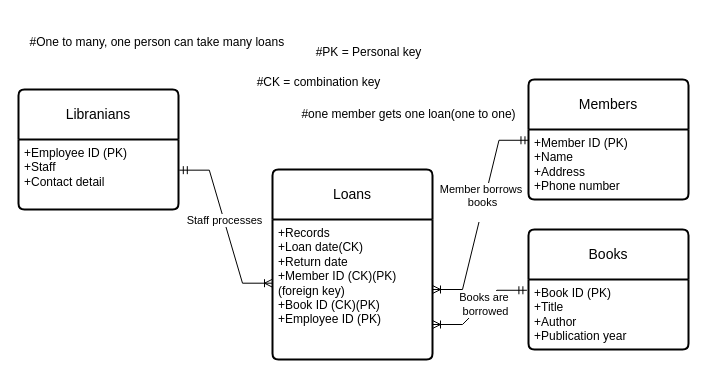
This is library.drawio from Izabeldawson/at1, a draw.io file, before an edit. Source tidied: cells renumbered, new cells numbered last; positions are measured from the earlier drawing's top-left corner, leaving out a move shared by most shapes. Both pictures are drawn from the tidied source at 100%, with x=0, y=0 at pixel (18, 27).
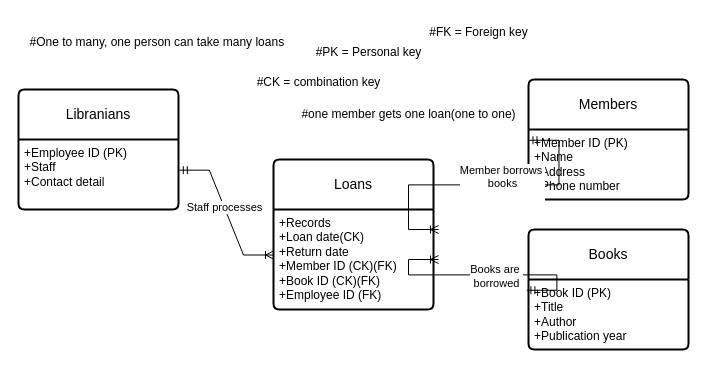
After the change.

Unchanged cells that the change refers to:
```xml
<mxCell id="3" value="+Member ID (PK)&lt;div&gt;+Name&lt;/div&gt;&lt;div&gt;+Address&lt;/div&gt;&lt;div&gt;+Phone number&lt;/div&gt;" style="align=left;strokeColor=none;fillColor=none;spacingLeft=4;fontSize=12;verticalAlign=top;html=1;" parent="2" vertex="1">
  <mxGeometry y="50" width="160" height="70" as="geometry" />
</mxCell>
<mxCell id="5" value="+Book ID (PK)&lt;br&gt;+Title&lt;br&gt;+Author&lt;div&gt;+Publication year&lt;/div&gt;" style="align=left;strokeColor=none;fillColor=none;spacingLeft=4;fontSize=12;verticalAlign=top;html=1;" parent="4" vertex="1">
  <mxGeometry y="50" width="160" height="70" as="geometry" />
</mxCell>
```

Change to the diagram source:
```diff
@@
     <mxCell id="6" value="Loans" style="swimlane;horizontal=1;startSize=50;rounded=1;fontSize=14;fontStyle=0;strokeWidth=2;shadow=0;dashed=0;align=center;arcSize=4;whiteSpace=wrap;html=1;" parent="1" vertex="1">
-      <mxGeometry x="254" y="142" width="160" height="190" as="geometry" />
+      <mxGeometry x="255" y="132" width="160" height="150" as="geometry" />
     </mxCell>
-    <mxCell id="7" value="&lt;div&gt;&lt;span style=&quot;background-color: initial;&quot;&gt;+Records&lt;/span&gt;&lt;br&gt;&lt;/div&gt;+Loan date(CK)&lt;div&gt;+Return date&lt;/div&gt;&lt;div&gt;+Member ID (CK)(PK)&amp;nbsp;&lt;/div&gt;&lt;div&gt;(foreign key)&lt;br&gt;&lt;/div&gt;&lt;div&gt;+Book ID (CK)(PK)&lt;br&gt;&lt;/div&gt;&lt;div&gt;&lt;div&gt;+Employee ID (PK)&lt;/div&gt;&lt;/div&gt;&lt;div&gt;&lt;br&gt;&lt;/div&gt;" style="align=left;strokeColor=none;fillColor=none;spacingLeft=4;fontSize=12;verticalAlign=top;html=1;" parent="6" vertex="1">
-      <mxGeometry y="50" width="160" height="140" as="geometry" />
+    <mxCell id="7" value="&lt;div&gt;&lt;span style=&quot;background-color: initial;&quot;&gt;+Records&lt;/span&gt;&lt;br&gt;&lt;/div&gt;+Loan date(CK)&lt;div&gt;+Return date&lt;/div&gt;&lt;div&gt;+Member ID (CK)(FK)&amp;nbsp;&lt;/div&gt;&lt;div&gt;&lt;span style=&quot;background-color: initial;&quot;&gt;+Book ID (CK)(FK)&lt;/span&gt;&lt;/div&gt;&lt;div&gt;&lt;div&gt;+Employee ID (FK)&lt;/div&gt;&lt;/div&gt;&lt;div&gt;&lt;br&gt;&lt;/div&gt;" style="align=left;strokeColor=none;fillColor=none;spacingLeft=4;fontSize=12;verticalAlign=top;html=1;" parent="6" vertex="1">
+      <mxGeometry y="50" width="160" height="100" as="geometry" />
     </mxCell>
@@
-    <mxCell id="11" style="edgeStyle=entityRelationEdgeStyle;fontSize=12;html=1;endArrow=ERoneToMany;startArrow=ERmandOne;rounded=0;entryX=1;entryY=0.5;entryDx=0;entryDy=0;exitX=0.003;exitY=0.154;exitDx=0;exitDy=0;exitPerimeter=0;" parent="1" edge="1" source="3" target="7">
+    <mxCell id="11" style="edgeStyle=entityRelationEdgeStyle;fontSize=12;html=1;endArrow=ERoneToMany;startArrow=ERmandOne;rounded=0;exitX=0.003;exitY=0.154;exitDx=0;exitDy=0;exitPerimeter=0;" parent="1" edge="1" source="3">
       <mxGeometry relative="1" as="geometry">
+        <mxPoint x="420" y="202" as="targetPoint" />
         <Array as="points">
           <mxPoint x="420" y="202" />
         </Array>
       </mxGeometry>
     </mxCell>
@@
-    <mxCell id="13" style="edgeStyle=entityRelationEdgeStyle;fontSize=12;html=1;endArrow=ERoneToMany;startArrow=ERmandOne;rounded=0;exitX=-0.01;exitY=0.154;exitDx=0;exitDy=0;exitPerimeter=0;entryX=1;entryY=0.75;entryDx=0;entryDy=0;" parent="1" edge="1" source="5" target="7">
+    <mxCell id="13" style="edgeStyle=entityRelationEdgeStyle;fontSize=12;html=1;endArrow=ERoneToMany;startArrow=ERmandOne;rounded=0;exitX=-0.01;exitY=0.154;exitDx=0;exitDy=0;exitPerimeter=0;" parent="1" edge="1" source="5">
       <mxGeometry relative="1" as="geometry">
+        <mxPoint x="420" y="232" as="targetPoint" />
         <Array as="points">
           <mxPoint x="380" y="351" />
           <mxPoint x="450" y="302" />
         </Array>
       </mxGeometry>
     </mxCell>
@@
+    <mxCell id="20" value="#FK = Foreign key" style="text;html=1;align=center;verticalAlign=middle;strokeColor=none;fillColor=none;" parent="1" vertex="1">
+      <mxGeometry x="400" y="-10" width="120" height="30" as="geometry" />
+    </mxCell>
```
